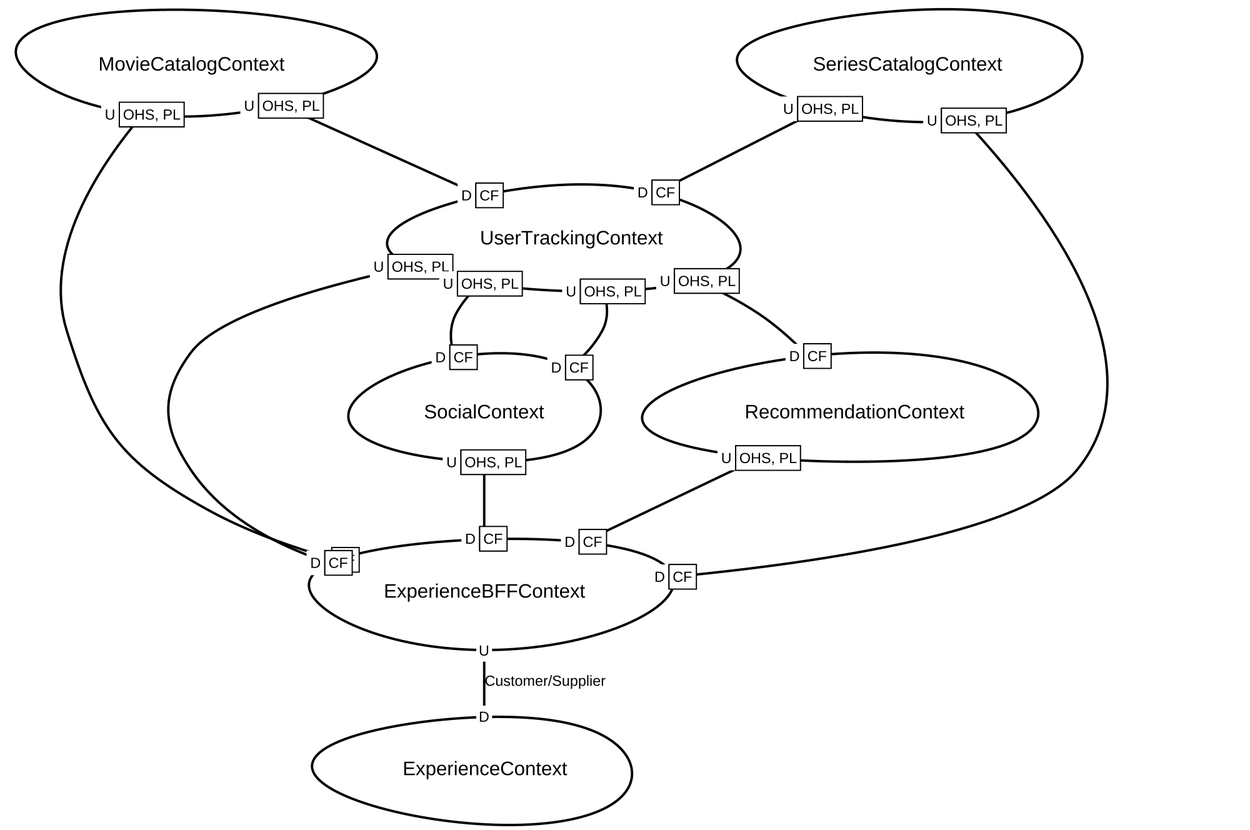
Earlier version of the Graphviz export docs/domain-modeling/media-tracker_ContextMap.png (Sanmoo/lorebase-design). Its source is kept beside it as docs/domain-modeling/media-tracker_ContextMap.gv. Its diagram source:
```dot
digraph "ContextMapGraph" {
graph ["imagepath"="/tmp/GraphvizJava"]
"ExperienceBFFContext" ["margin"="0.3","orientation"="349","shape"="egg","fontsize"="16","style"="bold","label"="ExperienceBFFContext\n","fontname"="sans-serif"]
"ExperienceContext" ["margin"="0.3","orientation"="201","shape"="egg","fontsize"="16","style"="bold","label"="ExperienceContext\n","fontname"="sans-serif"]
"MovieCatalogContext" ["margin"="0.3","orientation"="228","shape"="egg","fontsize"="16","style"="bold","label"="MovieCatalogContext\n","fontname"="sans-serif"]
"UserTrackingContext" ["margin"="0.3","orientation"="200","shape"="egg","fontsize"="16","style"="bold","label"="UserTrackingContext\n","fontname"="sans-serif"]
"SocialContext" ["margin"="0.3","orientation"="325","shape"="egg","fontsize"="16","style"="bold","label"="SocialContext\n","fontname"="sans-serif"]
"RecommendationContext" ["margin"="0.3","orientation"="44","shape"="egg","fontsize"="16","style"="bold","label"="RecommendationContext\n","fontname"="sans-serif"]
"SeriesCatalogContext" ["margin"="0.3","orientation"="236","shape"="egg","fontsize"="16","style"="bold","label"="SeriesCatalogContext\n","fontname"="sans-serif"]
"ExperienceBFFContext" -> "ExperienceContext" ["headlabel"=<<table cellspacing="0" cellborder="0" border="0">
<tr><td bgcolor="white">D</td></tr>
</table>>,"labeldistance"="0","fontsize"="12","taillabel"=<<table cellspacing="0" cellborder="0" border="0">
<tr><td bgcolor="white">U</td></tr>
</table>>,"style"="bold","label"="Customer/Supplier","dir"="none","fontname"="sans-serif"]
"MovieCatalogContext" -> "ExperienceBFFContext" ["headlabel"=<<table cellspacing="0" cellborder="1" border="0">
<tr><td bgcolor="white" sides="r">D</td><td sides="trbl" bgcolor="white"><font>CF</font></td></tr>
</table>>,"labeldistance"="0","fontsize"="12","taillabel"=<<table cellspacing="0" cellborder="1" border="0">
<tr><td bgcolor="white" sides="r">U</td><td sides="trbl" bgcolor="white"><font>OHS, PL</font></td></tr>
</table>>,"style"="bold","label"="                                        ","dir"="none","fontname"="sans-serif"]
"MovieCatalogContext" -> "UserTrackingContext" ["headlabel"=<<table cellspacing="0" cellborder="1" border="0">
<tr><td bgcolor="white" sides="r">D</td><td sides="trbl" bgcolor="white"><font>CF</font></td></tr>
</table>>,"labeldistance"="0","fontsize"="12","taillabel"=<<table cellspacing="0" cellborder="1" border="0">
<tr><td bgcolor="white" sides="r">U</td><td sides="trbl" bgcolor="white"><font>OHS, PL</font></td></tr>
</table>>,"style"="bold","label"="                                        ","dir"="none","fontname"="sans-serif"]
"UserTrackingContext" -> "SocialContext" ["headlabel"=<<table cellspacing="0" cellborder="1" border="0">
<tr><td bgcolor="white" sides="r">D</td><td sides="trbl" bgcolor="white"><font>CF</font></td></tr>
</table>>,"labeldistance"="0","fontsize"="12","taillabel"=<<table cellspacing="0" cellborder="1" border="0">
<tr><td bgcolor="white" sides="r">U</td><td sides="trbl" bgcolor="white"><font>OHS, PL</font></td></tr>
</table>>,"style"="bold","label"="                                        ","dir"="none","fontname"="sans-serif"]
"UserTrackingContext" -> "RecommendationContext" ["headlabel"=<<table cellspacing="0" cellborder="1" border="0">
<tr><td bgcolor="white" sides="r">D</td><td sides="trbl" bgcolor="white"><font>CF</font></td></tr>
</table>>,"labeldistance"="0","fontsize"="12","taillabel"=<<table cellspacing="0" cellborder="1" border="0">
<tr><td bgcolor="white" sides="r">U</td><td sides="trbl" bgcolor="white"><font>OHS, PL</font></td></tr>
</table>>,"style"="bold","label"="                                        ","dir"="none","fontname"="sans-serif"]
"UserTrackingContext" -> "SocialContext" ["headlabel"=<<table cellspacing="0" cellborder="1" border="0">
<tr><td bgcolor="white" sides="r">D</td><td sides="trbl" bgcolor="white"><font>CF</font></td></tr>
</table>>,"labeldistance"="0","fontsize"="12","taillabel"=<<table cellspacing="0" cellborder="1" border="0">
<tr><td bgcolor="white" sides="r">U</td><td sides="trbl" bgcolor="white"><font>OHS, PL</font></td></tr>
</table>>,"style"="bold","label"="                                        ","dir"="none","fontname"="sans-serif"]
"UserTrackingContext" -> "ExperienceBFFContext" ["headlabel"=<<table cellspacing="0" cellborder="1" border="0">
<tr><td bgcolor="white" sides="r">D</td><td sides="trbl" bgcolor="white"><font>CF</font></td></tr>
</table>>,"labeldistance"="0","fontsize"="12","taillabel"=<<table cellspacing="0" cellborder="1" border="0">
<tr><td bgcolor="white" sides="r">U</td><td sides="trbl" bgcolor="white"><font>OHS, PL</font></td></tr>
</table>>,"style"="bold","label"="                                        ","dir"="none","fontname"="sans-serif"]
"SocialContext" -> "ExperienceBFFContext" ["headlabel"=<<table cellspacing="0" cellborder="1" border="0">
<tr><td bgcolor="white" sides="r">D</td><td sides="trbl" bgcolor="white"><font>CF</font></td></tr>
</table>>,"labeldistance"="0","fontsize"="12","taillabel"=<<table cellspacing="0" cellborder="1" border="0">
<tr><td bgcolor="white" sides="r">U</td><td sides="trbl" bgcolor="white"><font>OHS, PL</font></td></tr>
</table>>,"style"="bold","label"="                                        ","dir"="none","fontname"="sans-serif"]
"RecommendationContext" -> "ExperienceBFFContext" ["headlabel"=<<table cellspacing="0" cellborder="1" border="0">
<tr><td bgcolor="white" sides="r">D</td><td sides="trbl" bgcolor="white"><font>CF</font></td></tr>
</table>>,"labeldistance"="0","fontsize"="12","taillabel"=<<table cellspacing="0" cellborder="1" border="0">
<tr><td bgcolor="white" sides="r">U</td><td sides="trbl" bgcolor="white"><font>OHS, PL</font></td></tr>
</table>>,"style"="bold","label"="                                        ","dir"="none","fontname"="sans-serif"]
"SeriesCatalogContext" -> "ExperienceBFFContext" ["headlabel"=<<table cellspacing="0" cellborder="1" border="0">
<tr><td bgcolor="white" sides="r">D</td><td sides="trbl" bgcolor="white"><font>CF</font></td></tr>
</table>>,"labeldistance"="0","fontsize"="12","taillabel"=<<table cellspacing="0" cellborder="1" border="0">
<tr><td bgcolor="white" sides="r">U</td><td sides="trbl" bgcolor="white"><font>OHS, PL</font></td></tr>
</table>>,"style"="bold","label"="                                        ","dir"="none","fontname"="sans-serif"]
"SeriesCatalogContext" -> "UserTrackingContext" ["headlabel"=<<table cellspacing="0" cellborder="1" border="0">
<tr><td bgcolor="white" sides="r">D</td><td sides="trbl" bgcolor="white"><font>CF</font></td></tr>
</table>>,"labeldistance"="0","fontsize"="12","taillabel"=<<table cellspacing="0" cellborder="1" border="0">
<tr><td bgcolor="white" sides="r">U</td><td sides="trbl" bgcolor="white"><font>OHS, PL</font></td></tr>
</table>>,"style"="bold","label"="                                        ","dir"="none","fontname"="sans-serif"]
}
```
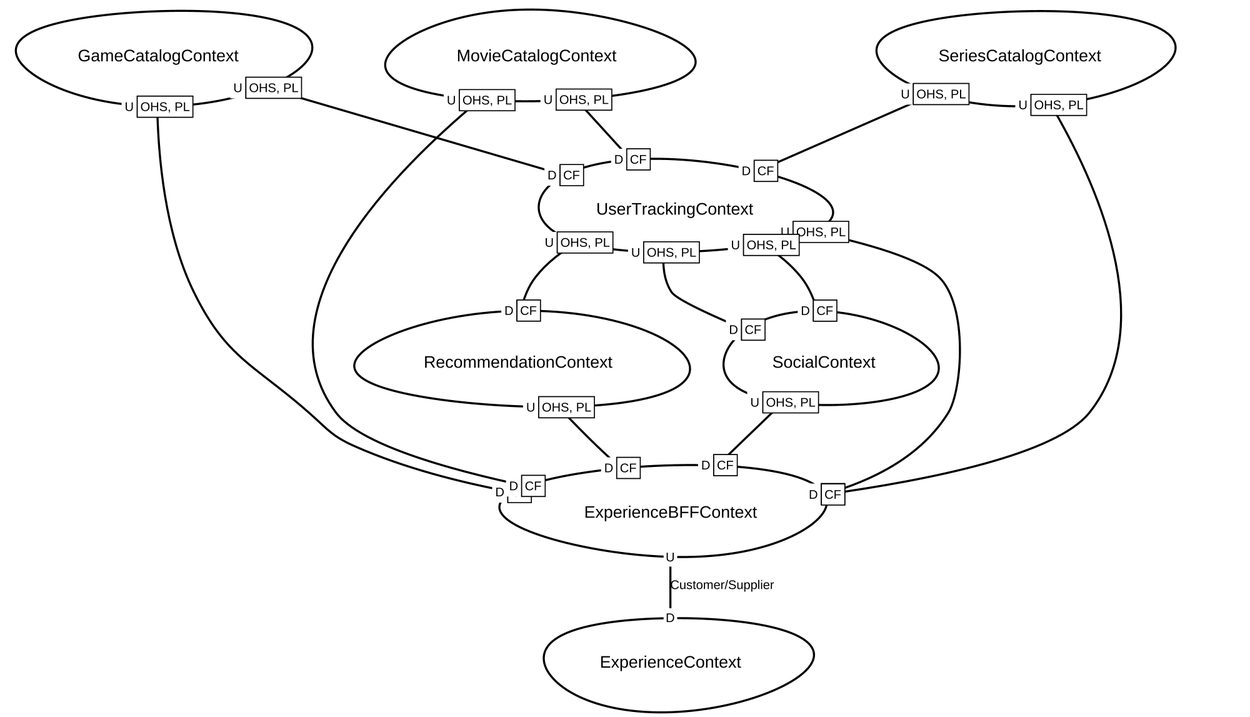
Later version of the same file.

Commit message:
cml: regenerate context map with game catalog

What changed in the source:
```diff
@@ -1,28 +1,24 @@
 digraph "ContextMapGraph" {
 graph ["imagepath"="/tmp/GraphvizJava"]
-"ExperienceBFFContext" ["margin"="0.3","orientation"="349","shape"="egg","fontsize"="16","style"="bold","label"="ExperienceBFFContext\n","fontname"="sans-serif"]
-"ExperienceContext" ["margin"="0.3","orientation"="201","shape"="egg","fontsize"="16","style"="bold","label"="ExperienceContext\n","fontname"="sans-serif"]
-"MovieCatalogContext" ["margin"="0.3","orientation"="228","shape"="egg","fontsize"="16","style"="bold","label"="MovieCatalogContext\n","fontname"="sans-serif"]
-"UserTrackingContext" ["margin"="0.3","orientation"="200","shape"="egg","fontsize"="16","style"="bold","label"="UserTrackingContext\n","fontname"="sans-serif"]
-"SocialContext" ["margin"="0.3","orientation"="325","shape"="egg","fontsize"="16","style"="bold","label"="SocialContext\n","fontname"="sans-serif"]
-"RecommendationContext" ["margin"="0.3","orientation"="44","shape"="egg","fontsize"="16","style"="bold","label"="RecommendationContext\n","fontname"="sans-serif"]
-"SeriesCatalogContext" ["margin"="0.3","orientation"="236","shape"="egg","fontsize"="16","style"="bold","label"="SeriesCatalogContext\n","fontname"="sans-serif"]
+"ExperienceBFFContext" ["margin"="0.3","orientation"="15","shape"="egg","fontsize"="16","style"="bold","label"="ExperienceBFFContext\n","fontname"="sans-serif"]
+"ExperienceContext" ["margin"="0.3","orientation"="148","shape"="egg","fontsize"="16","style"="bold","label"="ExperienceContext\n","fontname"="sans-serif"]
+"GameCatalogContext" ["margin"="0.3","orientation"="24","shape"="egg","fontsize"="16","style"="bold","label"="GameCatalogContext\n","fontname"="sans-serif"]
+"UserTrackingContext" ["margin"="0.3","orientation"="154","shape"="egg","fontsize"="16","style"="bold","label"="UserTrackingContext\n","fontname"="sans-serif"]
+"RecommendationContext" ["margin"="0.3","orientation"="233","shape"="egg","fontsize"="16","style"="bold","label"="RecommendationContext\n","fontname"="sans-serif"]
+"SocialContext" ["margin"="0.3","orientation"="336","shape"="egg","fontsize"="16","style"="bold","label"="SocialContext\n","fontname"="sans-serif"]
+"MovieCatalogContext" ["margin"="0.3","orientation"="319","shape"="egg","fontsize"="16","style"="bold","label"="MovieCatalogContext\n","fontname"="sans-serif"]
+"SeriesCatalogContext" ["margin"="0.3","orientation"="54","shape"="egg","fontsize"="16","style"="bold","label"="SeriesCatalogContext\n","fontname"="sans-serif"]
 "ExperienceBFFContext" -> "ExperienceContext" ["headlabel"=<<table cellspacing="0" cellborder="0" border="0">
 <tr><td bgcolor="white">D</td></tr>
 </table>>,"labeldistance"="0","fontsize"="12","taillabel"=<<table cellspacing="0" cellborder="0" border="0">
 <tr><td bgcolor="white">U</td></tr>
 </table>>,"style"="bold","label"="Customer/Supplier","dir"="none","fontname"="sans-serif"]
-"MovieCatalogContext" -> "ExperienceBFFContext" ["headlabel"=<<table cellspacing="0" cellborder="1" border="0">
+"GameCatalogContext" -> "ExperienceBFFContext" ["headlabel"=<<table cellspacing="0" cellborder="1" border="0">
 <tr><td bgcolor="white" sides="r">D</td><td sides="trbl" bgcolor="white"><font>CF</font></td></tr>
 </table>>,"labeldistance"="0","fontsize"="12","taillabel"=<<table cellspacing="0" cellborder="1" border="0">
 <tr><td bgcolor="white" sides="r">U</td><td sides="trbl" bgcolor="white"><font>OHS, PL</font></td></tr>
 </table>>,"style"="bold","label"="                                        ","dir"="none","fontname"="sans-serif"]
-"MovieCatalogContext" -> "UserTrackingContext" ["headlabel"=<<table cellspacing="0" cellborder="1" border="0">
-<tr><td bgcolor="white" sides="r">D</td><td sides="trbl" bgcolor="white"><font>CF</font></td></tr>
-</table>>,"labeldistance"="0","fontsize"="12","taillabel"=<<table cellspacing="0" cellborder="1" border="0">
-<tr><td bgcolor="white" sides="r">U</td><td sides="trbl" bgcolor="white"><font>OHS, PL</font></td></tr>
-</table>>,"style"="bold","label"="                                        ","dir"="none","fontname"="sans-serif"]
-"UserTrackingContext" -> "SocialContext" ["headlabel"=<<table cellspacing="0" cellborder="1" border="0">
+"GameCatalogContext" -> "UserTrackingContext" ["headlabel"=<<table cellspacing="0" cellborder="1" border="0">
 <tr><td bgcolor="white" sides="r">D</td><td sides="trbl" bgcolor="white"><font>CF</font></td></tr>
 </table>>,"labeldistance"="0","fontsize"="12","taillabel"=<<table cellspacing="0" cellborder="1" border="0">
 <tr><td bgcolor="white" sides="r">U</td><td sides="trbl" bgcolor="white"><font>OHS, PL</font></td></tr>
@@ -42,12 +38,27 @@
 </table>>,"labeldistance"="0","fontsize"="12","taillabel"=<<table cellspacing="0" cellborder="1" border="0">
 <tr><td bgcolor="white" sides="r">U</td><td sides="trbl" bgcolor="white"><font>OHS, PL</font></td></tr>
 </table>>,"style"="bold","label"="                                        ","dir"="none","fontname"="sans-serif"]
+"UserTrackingContext" -> "SocialContext" ["headlabel"=<<table cellspacing="0" cellborder="1" border="0">
+<tr><td bgcolor="white" sides="r">D</td><td sides="trbl" bgcolor="white"><font>CF</font></td></tr>
+</table>>,"labeldistance"="0","fontsize"="12","taillabel"=<<table cellspacing="0" cellborder="1" border="0">
+<tr><td bgcolor="white" sides="r">U</td><td sides="trbl" bgcolor="white"><font>OHS, PL</font></td></tr>
+</table>>,"style"="bold","label"="                                        ","dir"="none","fontname"="sans-serif"]
+"RecommendationContext" -> "ExperienceBFFContext" ["headlabel"=<<table cellspacing="0" cellborder="1" border="0">
+<tr><td bgcolor="white" sides="r">D</td><td sides="trbl" bgcolor="white"><font>CF</font></td></tr>
+</table>>,"labeldistance"="0","fontsize"="12","taillabel"=<<table cellspacing="0" cellborder="1" border="0">
+<tr><td bgcolor="white" sides="r">U</td><td sides="trbl" bgcolor="white"><font>OHS, PL</font></td></tr>
+</table>>,"style"="bold","label"="                                        ","dir"="none","fontname"="sans-serif"]
 "SocialContext" -> "ExperienceBFFContext" ["headlabel"=<<table cellspacing="0" cellborder="1" border="0">
 <tr><td bgcolor="white" sides="r">D</td><td sides="trbl" bgcolor="white"><font>CF</font></td></tr>
 </table>>,"labeldistance"="0","fontsize"="12","taillabel"=<<table cellspacing="0" cellborder="1" border="0">
 <tr><td bgcolor="white" sides="r">U</td><td sides="trbl" bgcolor="white"><font>OHS, PL</font></td></tr>
 </table>>,"style"="bold","label"="                                        ","dir"="none","fontname"="sans-serif"]
-"RecommendationContext" -> "ExperienceBFFContext" ["headlabel"=<<table cellspacing="0" cellborder="1" border="0">
+"MovieCatalogContext" -> "UserTrackingContext" ["headlabel"=<<table cellspacing="0" cellborder="1" border="0">
+<tr><td bgcolor="white" sides="r">D</td><td sides="trbl" bgcolor="white"><font>CF</font></td></tr>
+</table>>,"labeldistance"="0","fontsize"="12","taillabel"=<<table cellspacing="0" cellborder="1" border="0">
+<tr><td bgcolor="white" sides="r">U</td><td sides="trbl" bgcolor="white"><font>OHS, PL</font></td></tr>
+</table>>,"style"="bold","label"="                                        ","dir"="none","fontname"="sans-serif"]
+"MovieCatalogContext" -> "ExperienceBFFContext" ["headlabel"=<<table cellspacing="0" cellborder="1" border="0">
 <tr><td bgcolor="white" sides="r">D</td><td sides="trbl" bgcolor="white"><font>CF</font></td></tr>
 </table>>,"labeldistance"="0","fontsize"="12","taillabel"=<<table cellspacing="0" cellborder="1" border="0">
 <tr><td bgcolor="white" sides="r">U</td><td sides="trbl" bgcolor="white"><font>OHS, PL</font></td></tr>
```
